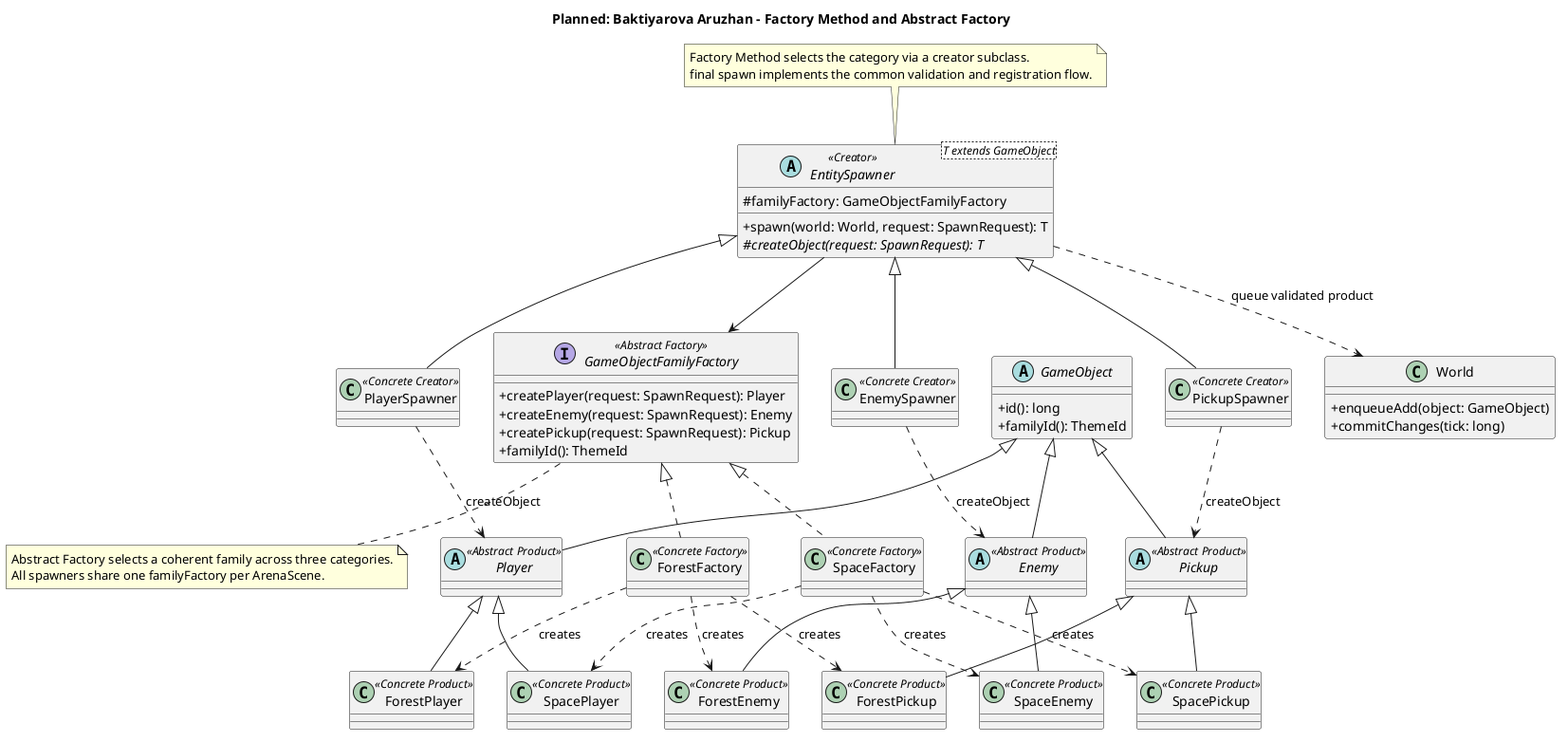
Earlier version of the PlantUML export docs/uml/rendered/factory-patterns.png (AlmazCode/JSE).
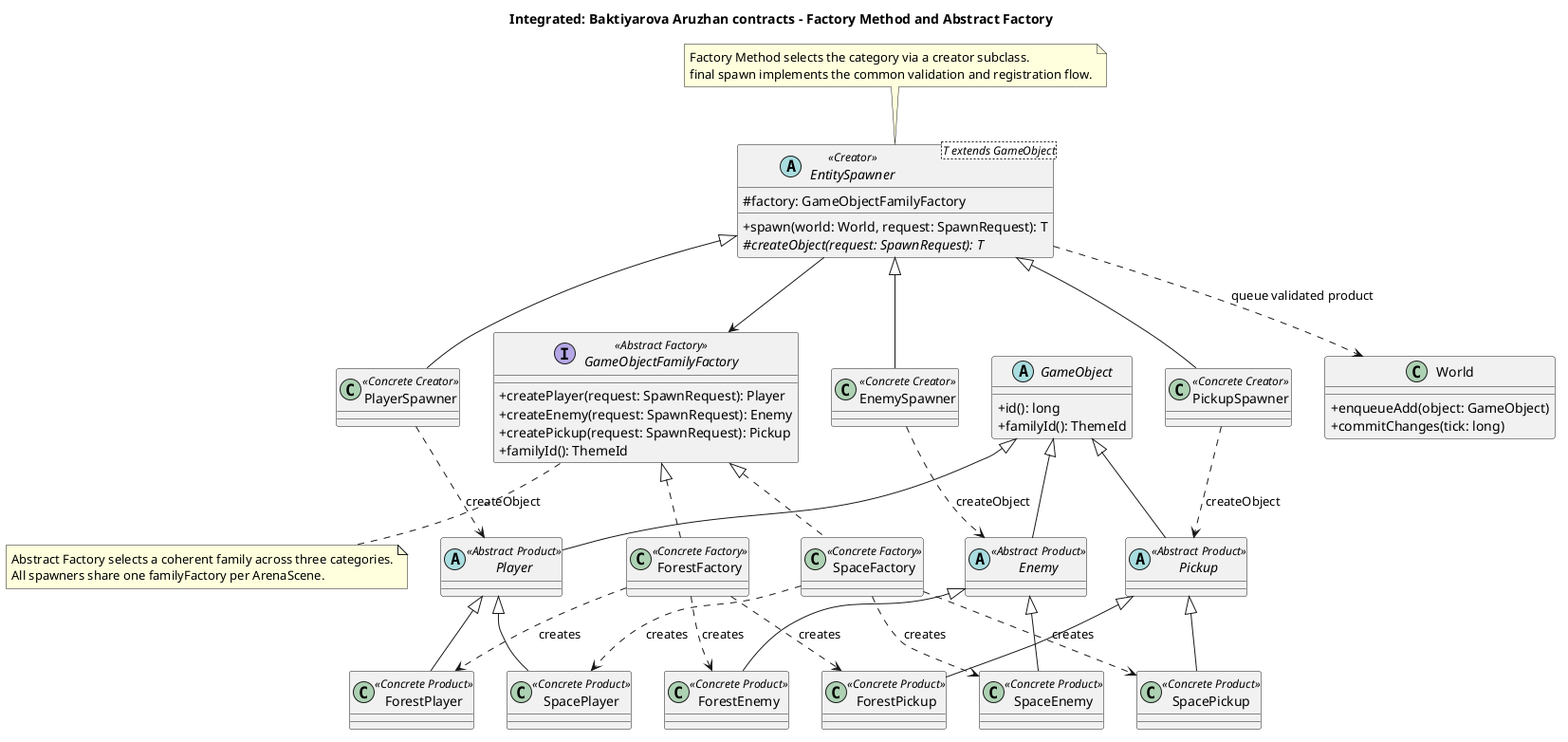
The same diagram one commit later.

The edit, as a diff of the source:
```diff
@@ -1,8 +1,8 @@
 @startuml
-title Planned: Baktiyarova Aruzhan - Factory Method and Abstract Factory
+title Integrated: Baktiyarova Aruzhan contracts - Factory Method and Abstract Factory
 skinparam classAttributeIconSize 0
 abstract class "EntitySpawner<T extends GameObject>" as Spawner <<Creator>> {
-  # familyFactory: GameObjectFamilyFactory
+  # factory: GameObjectFamilyFactory
   + spawn(world: World, request: SpawnRequest): T
   # {abstract} createObject(request: SpawnRequest): T
 }
```
